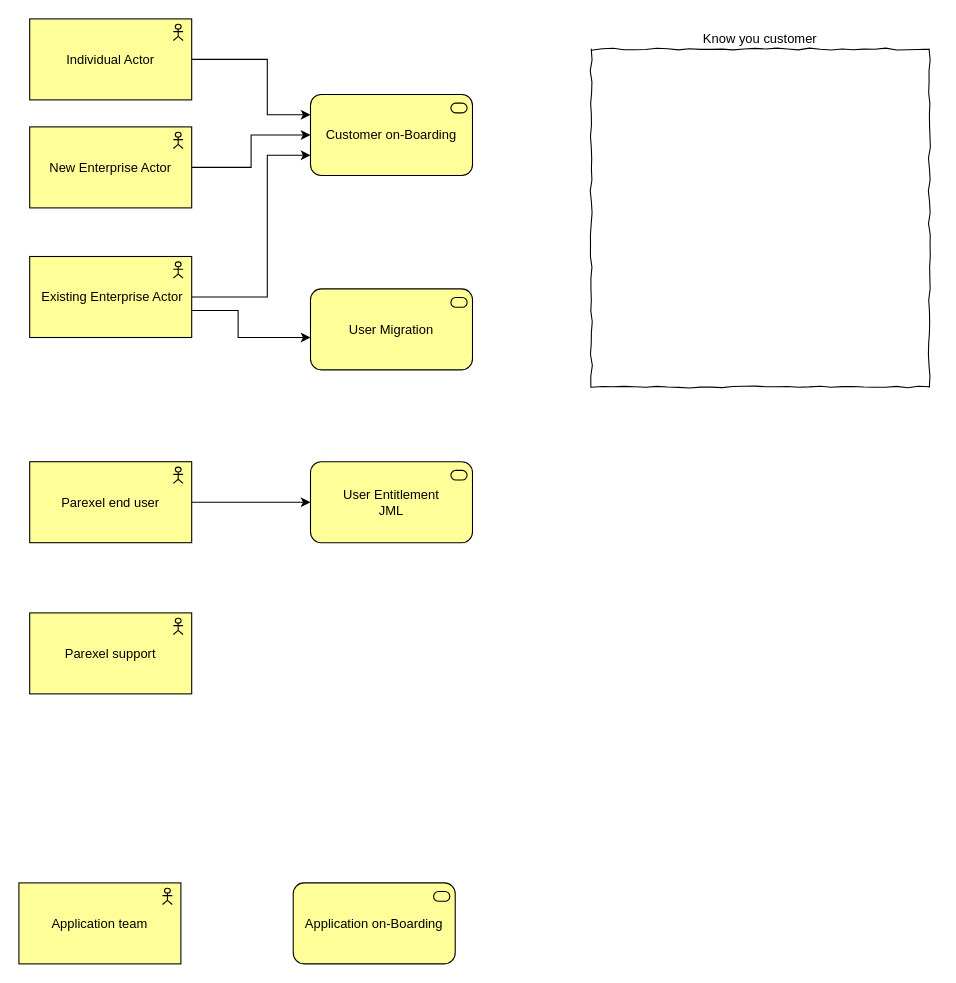
identity-mark/diagrams keeps this draw.io diagram as page "Page-3" (3 of 3) of Untitled Diagram.drawio. Above is the earlier version. Source tidied: cells renumbered, new cells numbered last; positions are measured from the earlier drawing's top-left corner, leaving out a move shared by most shapes. Both pictures are drawn from the tidied source at 108%, with x=0, y=0 at pixel (18, 18).
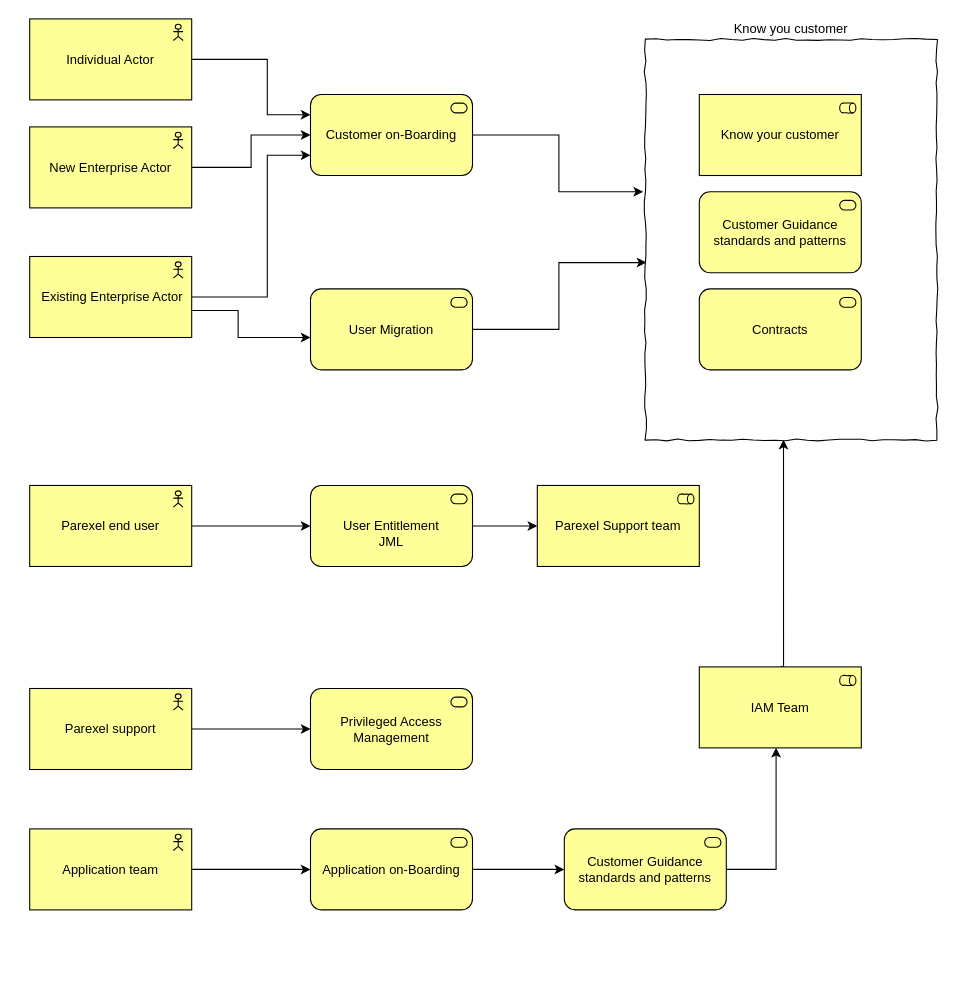
After the change.

Unchanged cells that the change refers to:
```xml
<mxCell id="13" value="Customer on-Boarding" style="html=1;outlineConnect=0;whiteSpace=wrap;fillColor=#ffff99;shape=mxgraph.archimate3.application;appType=serv;archiType=rounded;" parent="1" vertex="1">
  <mxGeometry x="270" y="70" width="150" height="75" as="geometry" />
</mxCell>
<mxCell id="15" value="User Migration" style="html=1;outlineConnect=0;whiteSpace=wrap;fillColor=#ffff99;shape=mxgraph.archimate3.application;appType=serv;archiType=rounded;" parent="1" vertex="1">
  <mxGeometry x="270" y="250" width="150" height="75" as="geometry" />
</mxCell>
```

The edit, as a diff of the source:
```diff
@@
     <mxCell id="7" value="Parexel end user" style="html=1;outlineConnect=0;whiteSpace=wrap;fillColor=#ffff99;shape=mxgraph.archimate3.application;appType=actor;archiType=square;" parent="1" vertex="1">
-      <mxGeometry x="10" y="410" width="150" height="75" as="geometry" />
+      <mxGeometry x="10" y="432" width="150" height="75" as="geometry" />
     </mxCell>
+    <mxCell id="18" style="edgeStyle=orthogonalEdgeStyle;rounded=0;jettySize=auto;html=1;entryX=0;entryY=0.5;entryDx=0;entryDy=0;entryPerimeter=0;" parent="1" edge="1" source="8" target="27">
+      <mxGeometry relative="1" as="geometry" />
+    </mxCell>
     <mxCell id="8" value="Parexel support" style="html=1;outlineConnect=0;whiteSpace=wrap;fillColor=#ffff99;shape=mxgraph.archimate3.application;appType=actor;archiType=square;" parent="1" vertex="1">
-      <mxGeometry x="10" y="550" width="150" height="75" as="geometry" />
+      <mxGeometry x="10" y="620" width="150" height="75" as="geometry" />
     </mxCell>
+    <mxCell id="19" style="edgeStyle=orthogonalEdgeStyle;rounded=0;jettySize=auto;html=1;entryX=0;entryY=0.5;entryDx=0;entryDy=0;entryPerimeter=0;" parent="1" edge="1" source="9" target="14">
+      <mxGeometry relative="1" as="geometry" />
+    </mxCell>
     <mxCell id="9" value="Application team" style="html=1;outlineConnect=0;whiteSpace=wrap;fillColor=#ffff99;shape=mxgraph.archimate3.application;appType=actor;archiType=square;" parent="1" vertex="1">
-      <mxGeometry y="800" width="150" height="75" as="geometry" />
+      <mxGeometry x="10" y="750" width="150" height="75" as="geometry" />
     </mxCell>
@@
+    <mxCell id="20" style="edgeStyle=orthogonalEdgeStyle;rounded=0;jettySize=auto;html=1;exitX=1;exitY=0.5;exitDx=0;exitDy=0;exitPerimeter=0;" parent="1" edge="1" source="13">
+      <mxGeometry relative="1" as="geometry">
+        <mxPoint x="578" y="160" as="targetPoint" />
+        <Array as="points">
+          <mxPoint x="500" y="107" />
+          <mxPoint x="500" y="160" />
+          <mxPoint x="578" y="160" />
+        </Array>
+      </mxGeometry>
+    </mxCell>
@@
+    <mxCell id="21" style="edgeStyle=orthogonalEdgeStyle;rounded=0;jettySize=auto;html=1;entryX=0.474;entryY=0.999;entryDx=0;entryDy=0;entryPerimeter=0;exitX=0.5;exitY=0;exitDx=0;exitDy=0;exitPerimeter=0;" parent="1" edge="1" source="29" target="17">
+      <mxGeometry relative="1" as="geometry">
+        <Array as="points">
+          <mxPoint x="708" y="600" />
+        </Array>
+      </mxGeometry>
+    </mxCell>
+    <mxCell id="22" style="edgeStyle=orthogonalEdgeStyle;rounded=0;jettySize=auto;html=1;entryX=0;entryY=0.5;entryDx=0;entryDy=0;entryPerimeter=0;" parent="1" edge="1" source="14" target="28">
+      <mxGeometry relative="1" as="geometry" />
+    </mxCell>
     <mxCell id="14" value="Application on-Boarding" style="html=1;outlineConnect=0;whiteSpace=wrap;fillColor=#ffff99;shape=mxgraph.archimate3.application;appType=serv;archiType=rounded;" parent="1" vertex="1">
-      <mxGeometry x="254" y="800" width="150" height="75" as="geometry" />
+      <mxGeometry x="270" y="750" width="150" height="75" as="geometry" />
     </mxCell>
+    <mxCell id="23" style="edgeStyle=orthogonalEdgeStyle;rounded=0;jettySize=auto;html=1;entryX=0.004;entryY=0.557;entryDx=0;entryDy=0;entryPerimeter=0;" parent="1" edge="1" source="15" target="17">
+      <mxGeometry relative="1" as="geometry" />
+    </mxCell>
@@
+    <mxCell id="24" style="edgeStyle=orthogonalEdgeStyle;rounded=0;jettySize=auto;html=1;entryX=0;entryY=0.5;entryDx=0;entryDy=0;entryPerimeter=0;" parent="1" edge="1" source="16" target="32">
+      <mxGeometry relative="1" as="geometry" />
+    </mxCell>
-    <mxCell id="16" value="User Entitlement&lt;br&gt;JML" style="html=1;outlineConnect=0;whiteSpace=wrap;fillColor=#ffff99;shape=mxgraph.archimate3.application;appType=serv;archiType=rounded;" parent="1" vertex="1">
-      <mxGeometry x="270" y="410" width="150" height="75" as="geometry" />
+    <mxCell id="16" value="&lt;br&gt;User Entitlement&lt;br&gt;JML" style="html=1;outlineConnect=0;whiteSpace=wrap;fillColor=#ffff99;shape=mxgraph.archimate3.application;appType=serv;archiType=rounded;" parent="1" vertex="1">
+      <mxGeometry x="270" y="432" width="150" height="75" as="geometry" />
     </mxCell>
     <mxCell id="17" value="Know you customer" style="whiteSpace=wrap;html=1;comic=1;labelPosition=center;verticalLabelPosition=top;align=center;verticalAlign=bottom;" parent="1" vertex="1">
-      <mxGeometry x="530" y="28" width="313" height="313" as="geometry" />
+      <mxGeometry x="580" y="19" width="270" height="371" as="geometry" />
     </mxCell>
+    <mxCell id="25" value="Customer Guidance&lt;br&gt;standards and patterns" style="html=1;whiteSpace=wrap;fillColor=#ffff99;shape=mxgraph.archimate3.application;appType=serv;archiType=rounded;" parent="1" vertex="1">
+      <mxGeometry x="630" y="160" width="150" height="75" as="geometry" />
+    </mxCell>
+    <mxCell id="26" value="Contracts" style="html=1;whiteSpace=wrap;fillColor=#ffff99;shape=mxgraph.archimate3.application;appType=serv;archiType=rounded;" parent="1" vertex="1">
+      <mxGeometry x="630" y="250" width="150" height="75" as="geometry" />
+    </mxCell>
+    <mxCell id="27" value="Privileged Access Management" style="html=1;outlineConnect=0;whiteSpace=wrap;fillColor=#ffff99;shape=mxgraph.archimate3.application;appType=serv;archiType=rounded;" parent="1" vertex="1">
+      <mxGeometry x="270" y="620" width="150" height="75" as="geometry" />
+    </mxCell>
+    <mxCell id="28" value="Customer Guidance&lt;br&gt;standards and patterns" style="html=1;outlineConnect=0;whiteSpace=wrap;fillColor=#ffff99;shape=mxgraph.archimate3.application;appType=serv;archiType=rounded;" parent="1" vertex="1">
+      <mxGeometry x="505" y="750" width="150" height="75" as="geometry" />
+    </mxCell>
+    <mxCell id="29" value="IAM Team" style="html=1;outlineConnect=0;whiteSpace=wrap;fillColor=#ffff99;shape=mxgraph.archimate3.application;appType=role;archiType=square;comic=1;" parent="1" vertex="1">
+      <mxGeometry x="630" y="600" width="150" height="75" as="geometry" />
+    </mxCell>
+    <mxCell id="30" style="edgeStyle=orthogonalEdgeStyle;rounded=0;jettySize=auto;html=1;entryX=0.474;entryY=0.999;entryDx=0;entryDy=0;entryPerimeter=0;exitX=1;exitY=0.5;exitDx=0;exitDy=0;exitPerimeter=0;" parent="1" edge="1" source="28" target="29">
+      <mxGeometry relative="1" as="geometry" />
+    </mxCell>
+    <mxCell id="31" value="Know your customer" style="html=1;whiteSpace=wrap;fillColor=#ffff99;shape=mxgraph.archimate3.application;appType=role;archiType=square;comic=1;" parent="1" vertex="1">
+      <mxGeometry x="630" y="70" width="150" height="75" as="geometry" />
+    </mxCell>
+    <mxCell id="32" value="Parexel Support team" style="html=1;outlineConnect=0;whiteSpace=wrap;fillColor=#ffff99;shape=mxgraph.archimate3.application;appType=role;archiType=square;comic=1;" parent="1" vertex="1">
+      <mxGeometry x="480" y="432" width="150" height="75" as="geometry" />
+    </mxCell>
```
